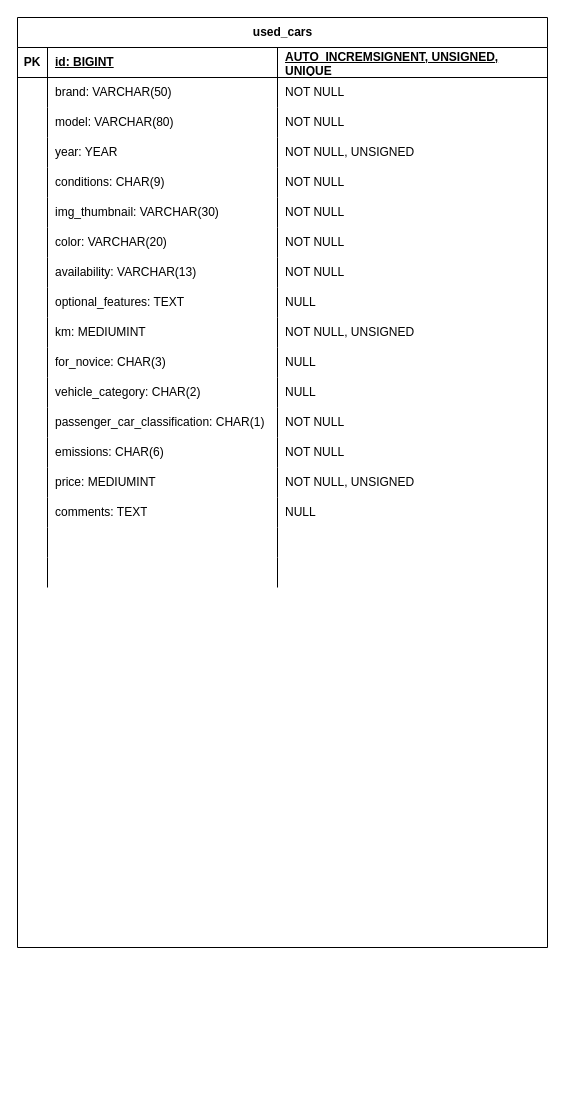
The draw.io diagram cars_db.drawio in giovanni-arduini/db-first, before the edit. Source tidied: cells renumbered, new cells numbered last; positions are measured from the earlier drawing's top-left corner, leaving out a move shared by most shapes. Both pictures are drawn from the tidied source at 100%, with x=0, y=0 at pixel (17, 17).
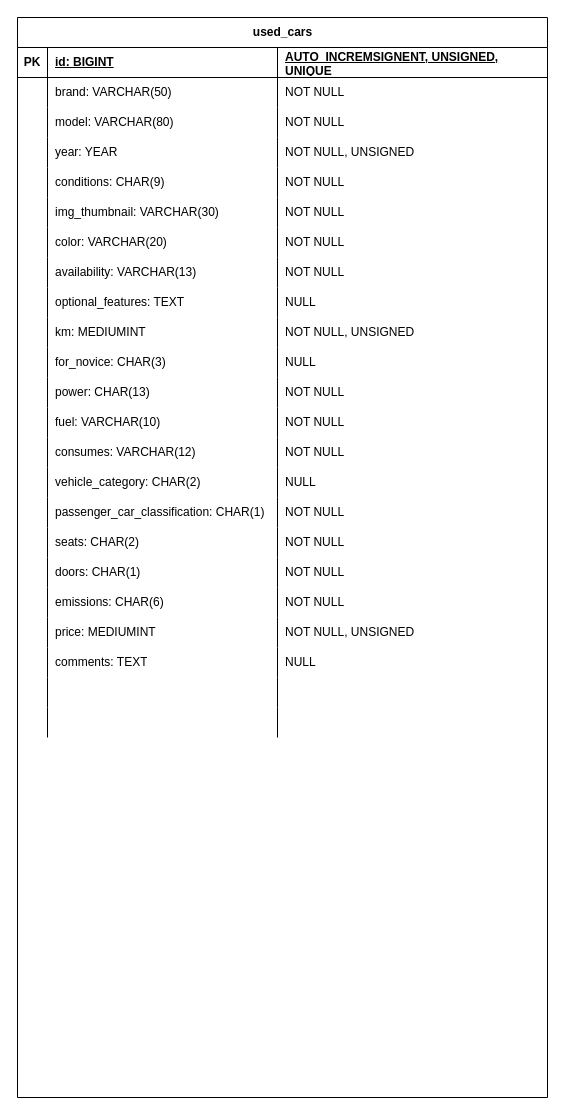
Above is the later version.

Commit message:
ADD used_cars table jpg

The edit, as a diff of the source:
```diff
@@
     <mxCell id="2" value="used_cars" style="shape=table;startSize=30;childLayout=tableLayout;rowLines=0;fontStyle=1;align=center;html=1;gradientColor=default;fillColor=none;" parent="1" vertex="1">
-      <mxGeometry width="530" height="930" as="geometry" />
+      <mxGeometry width="530" height="1080" as="geometry" />
     </mxCell>
@@
+    <mxCell id="75" style="shape=tableRow;horizontal=0;startSize=0;swimlaneHead=0;swimlaneBody=0;fillColor=none;top=0;left=0;right=0;bottom=0;" parent="2" vertex="1">
+      <mxGeometry y="360" width="530" height="30" as="geometry" />
+    </mxCell>
+    <mxCell id="76" style="shape=partialRectangle;fillColor=none;top=0;left=0;bottom=0;right=0;overflow=hidden;whiteSpace=wrap;html=1;" parent="75" vertex="1">
+      <mxGeometry width="30" height="30" as="geometry" />
+    </mxCell>
+    <mxCell id="77" value="power: CHAR(13)" style="shape=partialRectangle;fillColor=none;top=0;left=0;bottom=0;right=0;align=left;spacingLeft=6;overflow=hidden;whiteSpace=wrap;html=1;" parent="75" vertex="1">
+      <mxGeometry x="30" width="230" height="30" as="geometry" />
+    </mxCell>
+    <mxCell id="78" value="NOT NULL" style="shape=partialRectangle;fillColor=none;top=0;left=0;bottom=0;right=0;align=left;spacingLeft=6;overflow=hidden;whiteSpace=wrap;html=1;" parent="75" vertex="1">
+      <mxGeometry x="260" width="270" height="30" as="geometry" />
+    </mxCell>
+    <mxCell id="79" style="shape=tableRow;horizontal=0;startSize=0;swimlaneHead=0;swimlaneBody=0;fillColor=none;top=0;left=0;right=0;bottom=0;" parent="2" vertex="1">
+      <mxGeometry y="390" width="530" height="30" as="geometry" />
+    </mxCell>
+    <mxCell id="80" style="shape=partialRectangle;fillColor=none;top=0;left=0;bottom=0;right=0;overflow=hidden;whiteSpace=wrap;html=1;" parent="79" vertex="1">
+      <mxGeometry width="30" height="30" as="geometry" />
+    </mxCell>
+    <mxCell id="81" value="fuel: VARCHAR(10)" style="shape=partialRectangle;fillColor=none;top=0;left=0;bottom=0;right=0;align=left;spacingLeft=6;overflow=hidden;whiteSpace=wrap;html=1;" parent="79" vertex="1">
+      <mxGeometry x="30" width="230" height="30" as="geometry" />
+    </mxCell>
+    <mxCell id="82" value="NOT NULL" style="shape=partialRectangle;fillColor=none;top=0;left=0;bottom=0;right=0;align=left;spacingLeft=6;overflow=hidden;whiteSpace=wrap;html=1;" parent="79" vertex="1">
+      <mxGeometry x="260" width="270" height="30" as="geometry" />
+    </mxCell>
+    <mxCell id="83" style="shape=tableRow;horizontal=0;startSize=0;swimlaneHead=0;swimlaneBody=0;fillColor=none;top=0;left=0;right=0;bottom=0;" parent="2" vertex="1">
+      <mxGeometry y="420" width="530" height="30" as="geometry" />
+    </mxCell>
+    <mxCell id="84" style="shape=partialRectangle;fillColor=none;top=0;left=0;bottom=0;right=0;overflow=hidden;whiteSpace=wrap;html=1;" parent="83" vertex="1">
+      <mxGeometry width="30" height="30" as="geometry" />
+    </mxCell>
+    <mxCell id="85" value="consumes: VARCHAR(12)" style="shape=partialRectangle;fillColor=none;top=0;left=0;bottom=0;right=0;align=left;spacingLeft=6;overflow=hidden;whiteSpace=wrap;html=1;" parent="83" vertex="1">
+      <mxGeometry x="30" width="230" height="30" as="geometry" />
+    </mxCell>
+    <mxCell id="86" value="NOT NULL" style="shape=partialRectangle;fillColor=none;top=0;left=0;bottom=0;right=0;align=left;spacingLeft=6;overflow=hidden;whiteSpace=wrap;html=1;" parent="83" vertex="1">
+      <mxGeometry x="260" width="270" height="30" as="geometry" />
+    </mxCell>
     <mxCell id="47" style="shape=tableRow;horizontal=0;startSize=0;swimlaneHead=0;swimlaneBody=0;fillColor=none;top=0;left=0;right=0;bottom=0;" parent="2" vertex="1">
-      <mxGeometry y="360" width="530" height="30" as="geometry" />
+      <mxGeometry y="450" width="530" height="30" as="geometry" />
     </mxCell>
@@
     <mxCell id="51" style="shape=tableRow;horizontal=0;startSize=0;swimlaneHead=0;swimlaneBody=0;fillColor=none;top=0;left=0;right=0;bottom=0;" parent="2" vertex="1">
-      <mxGeometry y="390" width="530" height="30" as="geometry" />
+      <mxGeometry y="480" width="530" height="30" as="geometry" />
     </mxCell>
@@
+    <mxCell id="87" style="shape=tableRow;horizontal=0;startSize=0;swimlaneHead=0;swimlaneBody=0;fillColor=none;top=0;left=0;right=0;bottom=0;" parent="2" vertex="1">
+      <mxGeometry y="510" width="530" height="30" as="geometry" />
+    </mxCell>
+    <mxCell id="88" style="shape=partialRectangle;fillColor=none;top=0;left=0;bottom=0;right=0;overflow=hidden;whiteSpace=wrap;html=1;" parent="87" vertex="1">
+      <mxGeometry width="30" height="30" as="geometry" />
+    </mxCell>
+    <mxCell id="89" value="seats: CHAR(2)" style="shape=partialRectangle;fillColor=none;top=0;left=0;bottom=0;right=0;align=left;spacingLeft=6;overflow=hidden;whiteSpace=wrap;html=1;" parent="87" vertex="1">
+      <mxGeometry x="30" width="230" height="30" as="geometry" />
+    </mxCell>
+    <mxCell id="90" value="NOT NULL" style="shape=partialRectangle;fillColor=none;top=0;left=0;bottom=0;right=0;align=left;spacingLeft=6;overflow=hidden;whiteSpace=wrap;html=1;" parent="87" vertex="1">
+      <mxGeometry x="260" width="270" height="30" as="geometry" />
+    </mxCell>
+    <mxCell id="91" style="shape=tableRow;horizontal=0;startSize=0;swimlaneHead=0;swimlaneBody=0;fillColor=none;top=0;left=0;right=0;bottom=0;" parent="2" vertex="1">
+      <mxGeometry y="540" width="530" height="30" as="geometry" />
+    </mxCell>
+    <mxCell id="92" style="shape=partialRectangle;fillColor=none;top=0;left=0;bottom=0;right=0;overflow=hidden;whiteSpace=wrap;html=1;" parent="91" vertex="1">
+      <mxGeometry width="30" height="30" as="geometry" />
+    </mxCell>
+    <mxCell id="93" value="doors: CHAR(1)" style="shape=partialRectangle;fillColor=none;top=0;left=0;bottom=0;right=0;align=left;spacingLeft=6;overflow=hidden;whiteSpace=wrap;html=1;" parent="91" vertex="1">
+      <mxGeometry x="30" width="230" height="30" as="geometry" />
+    </mxCell>
+    <mxCell id="94" value="NOT NULL" style="shape=partialRectangle;fillColor=none;top=0;left=0;bottom=0;right=0;align=left;spacingLeft=6;overflow=hidden;whiteSpace=wrap;html=1;" parent="91" vertex="1">
+      <mxGeometry x="260" width="270" height="30" as="geometry" />
+    </mxCell>
     <mxCell id="55" style="shape=tableRow;horizontal=0;startSize=0;swimlaneHead=0;swimlaneBody=0;fillColor=none;top=0;left=0;right=0;bottom=0;" parent="2" vertex="1">
-      <mxGeometry y="420" width="530" height="30" as="geometry" />
+      <mxGeometry y="570" width="530" height="30" as="geometry" />
     </mxCell>
@@
     <mxCell id="59" style="shape=tableRow;horizontal=0;startSize=0;swimlaneHead=0;swimlaneBody=0;fillColor=none;top=0;left=0;right=0;bottom=0;" parent="2" vertex="1">
-      <mxGeometry y="450" width="530" height="30" as="geometry" />
+      <mxGeometry y="600" width="530" height="30" as="geometry" />
     </mxCell>
@@
     <mxCell id="63" style="shape=tableRow;horizontal=0;startSize=0;swimlaneHead=0;swimlaneBody=0;fillColor=none;top=0;left=0;right=0;bottom=0;" parent="2" vertex="1">
-      <mxGeometry y="480" width="530" height="30" as="geometry" />
+      <mxGeometry y="630" width="530" height="30" as="geometry" />
     </mxCell>
@@
     <mxCell id="67" style="shape=tableRow;horizontal=0;startSize=0;swimlaneHead=0;swimlaneBody=0;fillColor=none;top=0;left=0;right=0;bottom=0;" parent="2" vertex="1">
-      <mxGeometry y="510" width="530" height="30" as="geometry" />
+      <mxGeometry y="660" width="530" height="30" as="geometry" />
     </mxCell>
@@
     <mxCell id="71" style="shape=tableRow;horizontal=0;startSize=0;swimlaneHead=0;swimlaneBody=0;fillColor=none;top=0;left=0;right=0;bottom=0;" parent="2" vertex="1">
-      <mxGeometry y="540" width="530" height="30" as="geometry" />
+      <mxGeometry y="690" width="530" height="30" as="geometry" />
     </mxCell>
```
